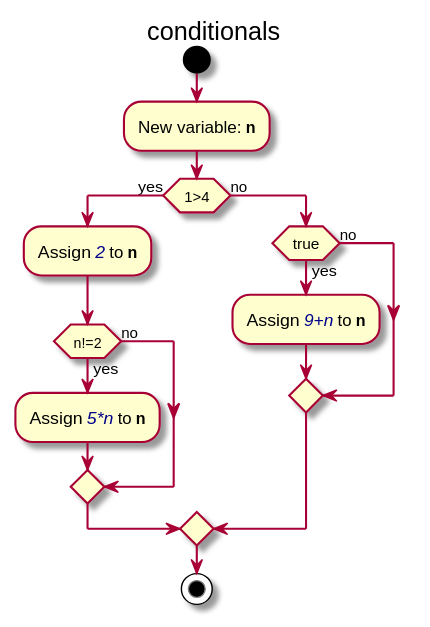
Before: Java-documentator/Documentation/images/Method_conditionals_diagram.svg, a diagram exported from PlantUML (afmoyar/Java-Documentator).
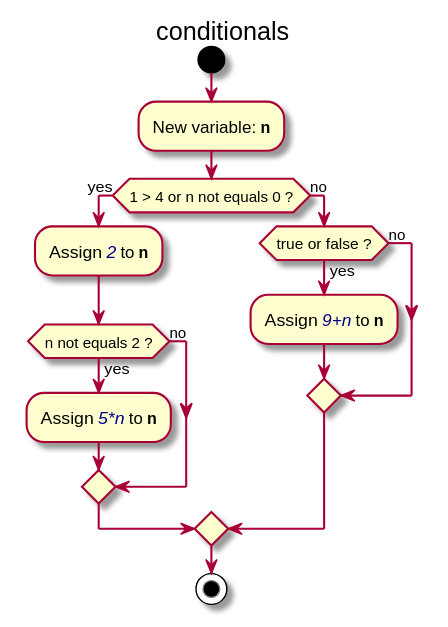
The same file after the commit.

Change to the diagram source:
```diff
@@ -2,14 +2,14 @@
 title conditionals
 start
 :New variable: <b>n</b>;
-if (1>4) then (yes)
+if (1 > 4 or n not equals 0 ?) then (yes)
 :Assign <color:darkblue><i>2</i></color> to <b>n</b>;
-if (n!=2) then (yes)
+if (n not equals 2 ?) then (yes)
 :Assign <color:darkblue><i>5*n</i></color> to <b>n</b>;
 else (no)
 endif
 else (no)
-if (true) then (yes)
+if (true or false ?) then (yes)
 :Assign <color:darkblue><i>9+n</i></color> to <b>n</b>;
 else (no)
 endif
```
